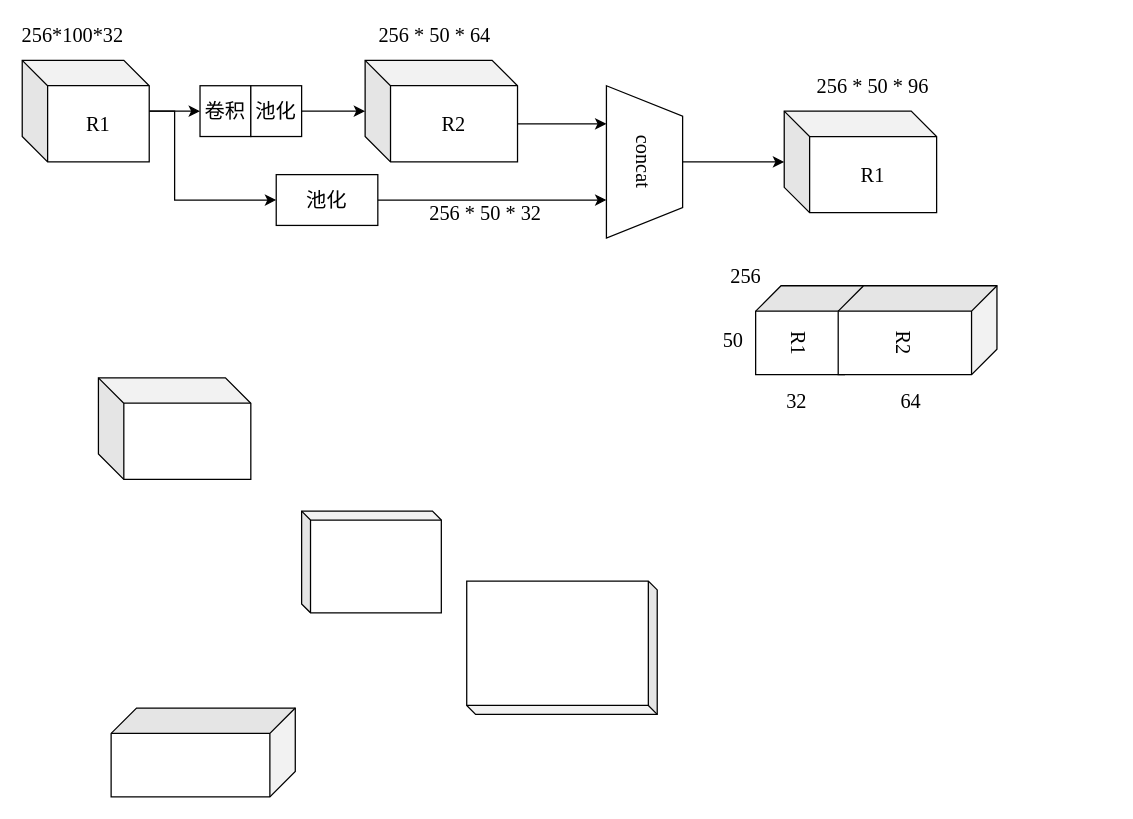
ByronGe/ff keeps this draw.io diagram as 多尺度特征融合.drawio. Above is the earlier version. Source tidied: cells renumbered, new cells numbered last; positions are measured from the earlier drawing's top-left corner, leaving out a move shared by most shapes. Both pictures are drawn from the tidied source at 127%, with x=0, y=0 at pixel (22, 22).
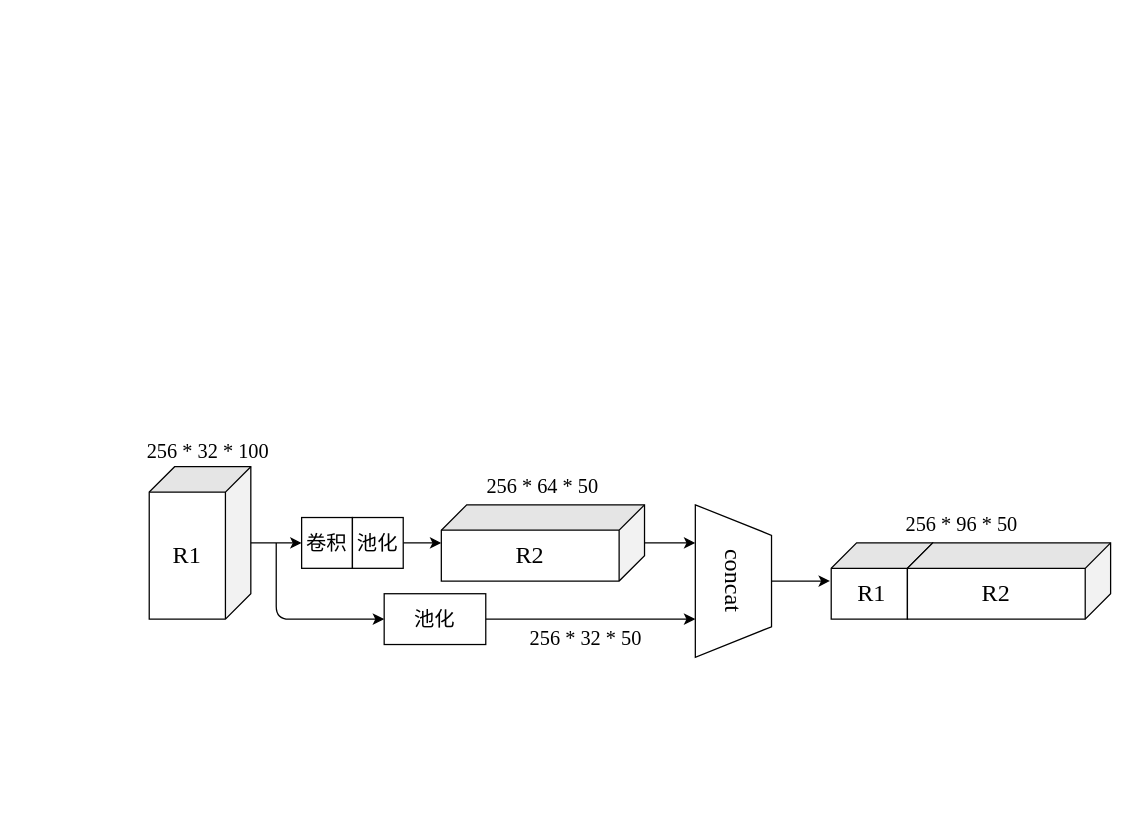
The same diagram, later.

Commit message:
Update 多尺度特征融合.drawio

Change to the diagram source:
```diff
@@
-    <mxCell id="2" style="edgeStyle=orthogonalEdgeStyle;rounded=0;jettySize=auto;html=1;entryX=0;entryY=0.5;entryDx=0;entryDy=0;fontFamily=Times New Roman;fontSize=16;" parent="1" edge="1" source="3" target="9">
-      <mxGeometry relative="1" as="geometry">
-        <Array as="points">
-          <mxPoint x="120" y="70" />
-          <mxPoint x="120" y="140" />
-        </Array>
-      </mxGeometry>
-    </mxCell>
-    <mxCell id="3" value="R1" style="shape=cube;whiteSpace=wrap;html=1;boundedLbl=1;backgroundOutline=1;darkOpacity=0.05;darkOpacity2=0.1;fontFamily=Times New Roman;fontSize=16;" parent="1" vertex="1">
-      <mxGeometry y="30" width="100" height="80" as="geometry" />
-    </mxCell>
-    <mxCell id="4" style="edgeStyle=orthogonalEdgeStyle;rounded=0;jettySize=auto;html=1;entryX=0.25;entryY=1;entryDx=0;entryDy=0;exitX=0;exitY=0;exitDx=120;exitDy=50;exitPerimeter=0;fontFamily=Times New Roman;fontSize=16;" parent="1" edge="1" source="5" target="7">
-      <mxGeometry relative="1" as="geometry" />
-    </mxCell>
-    <mxCell id="5" value="R2" style="shape=cube;whiteSpace=wrap;html=1;boundedLbl=1;backgroundOutline=1;darkOpacity=0.05;darkOpacity2=0.1;fontFamily=Times New Roman;fontSize=16;" parent="1" vertex="1">
-      <mxGeometry x="270" y="30" width="120" height="80" as="geometry" />
-    </mxCell>
-    <mxCell id="6" style="edgeStyle=orthogonalEdgeStyle;rounded=0;jettySize=auto;html=1;fontFamily=Times New Roman;fontSize=16;" parent="1" edge="1" source="7" target="10">
-      <mxGeometry relative="1" as="geometry" />
-    </mxCell>
+    <mxCell id="29" style="shape=cube;whiteSpace=wrap;html=1;boundedLbl=1;backgroundOutline=1;darkOpacity=0.05;darkOpacity2=0.1;rotation=90;fontFamily=Times New Roman;" parent="1" vertex="1">
+      <mxGeometry x="80" y="370" width="120" height="80" as="geometry" />
+    </mxCell>
+    <mxCell id="30" style="edgeStyle=orthogonalEdgeStyle;rounded=0;jettySize=auto;html=1;fontFamily=Times New Roman;" parent="1" edge="1" source="29" target="12">
+      <mxGeometry relative="1" as="geometry" />
+    </mxCell>
+    <mxCell id="31" style="edgeStyle=orthogonalEdgeStyle;rounded=0;jettySize=auto;html=1;entryX=0.25;entryY=1;entryDx=0;entryDy=0;fontFamily=Times New Roman;" parent="1" edge="1" source="32" target="7">
+      <mxGeometry relative="1" as="geometry" />
+    </mxCell>
+    <mxCell id="32" style="shape=cube;whiteSpace=wrap;html=1;boundedLbl=1;backgroundOutline=1;darkOpacity=0.05;darkOpacity2=0.1;rotation=90;fontFamily=Times New Roman;" parent="1" vertex="1">
+      <mxGeometry x="380" y="330" width="60" height="160" as="geometry" />
+    </mxCell>
+    <mxCell id="12" value="卷积" style="rounded=0;whiteSpace=wrap;html=1;fontFamily=Times New Roman;fontSize=16;" parent="1" vertex="1">
+      <mxGeometry x="220" y="390" width="40" height="40" as="geometry" />
+    </mxCell>
+    <mxCell id="33" style="edgeStyle=orthogonalEdgeStyle;rounded=0;jettySize=auto;html=1;fontFamily=Times New Roman;" parent="1" edge="1" source="34" target="32">
+      <mxGeometry relative="1" as="geometry" />
+    </mxCell>
+    <mxCell id="34" value="池化" style="rounded=0;whiteSpace=wrap;html=1;fontFamily=Times New Roman;fontSize=16;" parent="1" vertex="1">
+      <mxGeometry x="260" y="390" width="40" height="40" as="geometry" />
+    </mxCell>
+    <mxCell id="35" style="edgeStyle=orthogonalEdgeStyle;rounded=0;jettySize=auto;html=1;entryX=0.75;entryY=1;entryDx=0;entryDy=0;fontFamily=Times New Roman;" parent="1" edge="1" source="36" target="7">
+      <mxGeometry relative="1" as="geometry" />
+    </mxCell>
+    <mxCell id="36" value="池化" style="rounded=0;whiteSpace=wrap;html=1;fontFamily=Times New Roman;fontSize=16;" parent="1" vertex="1">
+      <mxGeometry x="285" y="450" width="80" height="40" as="geometry" />
+    </mxCell>
-    <mxCell id="7" value="concat" style="shape=trapezoid;perimeter=trapezoidPerimeter;whiteSpace=wrap;html=1;rotation=90;fontFamily=Times New Roman;fontSize=16;" parent="1" vertex="1">
-      <mxGeometry x="430" y="80" width="120" height="60" as="geometry" />
+    <mxCell id="7" value="&lt;font style=&quot;font-size: 19px&quot;&gt;concat&lt;/font&gt;" style="shape=trapezoid;perimeter=trapezoidPerimeter;whiteSpace=wrap;html=1;rotation=90;fontFamily=Times New Roman;fontSize=16;" parent="1" vertex="1">
+      <mxGeometry x="500" y="410" width="120" height="60" as="geometry" />
     </mxCell>
-    <mxCell id="8" style="edgeStyle=orthogonalEdgeStyle;rounded=0;jettySize=auto;html=1;entryX=0.75;entryY=1;entryDx=0;entryDy=0;fontFamily=Times New Roman;fontSize=16;" parent="1" edge="1" source="9" target="7">
-      <mxGeometry relative="1" as="geometry" />
-    </mxCell>
-    <mxCell id="9" value="池化" style="rounded=0;whiteSpace=wrap;html=1;fontFamily=Times New Roman;fontSize=16;" parent="1" vertex="1">
-      <mxGeometry x="200" y="120" width="80" height="40" as="geometry" />
-    </mxCell>
-    <mxCell id="10" value="R1" style="shape=cube;whiteSpace=wrap;html=1;boundedLbl=1;backgroundOutline=1;darkOpacity=0.05;darkOpacity2=0.1;fontFamily=Times New Roman;fontSize=16;" parent="1" vertex="1">
-      <mxGeometry x="600" y="70" width="120" height="80" as="geometry" />
-    </mxCell>
-    <mxCell id="11" style="edgeStyle=orthogonalEdgeStyle;rounded=0;jettySize=auto;html=1;fontFamily=Times New Roman;fontSize=16;" parent="1" edge="1" source="14" target="5">
-      <mxGeometry relative="1" as="geometry" />
-    </mxCell>
-    <mxCell id="12" value="卷积" style="rounded=0;whiteSpace=wrap;html=1;fontFamily=Times New Roman;fontSize=16;" parent="1" vertex="1">
-      <mxGeometry x="140" y="50" width="40" height="40" as="geometry" />
-    </mxCell>
-    <mxCell id="13" style="endArrow=classic;html=1;exitX=1;exitY=0.5;exitDx=0;exitDy=0;exitPerimeter=0;entryX=0;entryY=0.5;entryDx=0;entryDy=0;fontFamily=Times New Roman;fontSize=16;" parent="1" edge="1" source="3" target="12">
-      <mxGeometry relative="1" as="geometry" />
-    </mxCell>
-    <mxCell id="14" value="池化" style="rounded=0;whiteSpace=wrap;html=1;fontFamily=Times New Roman;fontSize=16;" parent="1" vertex="1">
-      <mxGeometry x="180" y="50" width="40" height="40" as="geometry" />
-    </mxCell>
-    <mxCell id="15" value="&lt;font style=&quot;vertical-align: inherit; font-size: 16px;&quot;&gt;&lt;font style=&quot;vertical-align: inherit; font-size: 16px;&quot;&gt;256*100*32&lt;/font&gt;&lt;/font&gt;" style="text;html=1;strokeColor=none;fillColor=none;align=center;verticalAlign=middle;whiteSpace=wrap;rounded=0;fontFamily=Times New Roman;fontSize=16;" parent="1" vertex="1">
-      <mxGeometry x="20" width="40" height="20" as="geometry" />
-    </mxCell>
-    <mxCell id="16" value="&lt;font style=&quot;vertical-align: inherit; font-size: 16px;&quot;&gt;&lt;font style=&quot;vertical-align: inherit; font-size: 16px;&quot;&gt;&lt;font style=&quot;vertical-align: inherit; font-size: 16px;&quot;&gt;&lt;font style=&quot;vertical-align: inherit; font-size: 16px;&quot;&gt;256 * 50 * 64&lt;/font&gt;&lt;/font&gt;&lt;/font&gt;&lt;/font&gt;" style="text;html=1;strokeColor=none;fillColor=none;align=center;verticalAlign=middle;whiteSpace=wrap;rounded=0;fontFamily=Times New Roman;fontSize=16;" parent="1" vertex="1">
-      <mxGeometry x="270" width="110" height="20" as="geometry" />
-    </mxCell>
-    <mxCell id="17" value="&lt;font style=&quot;vertical-align: inherit; font-size: 16px;&quot;&gt;&lt;font style=&quot;vertical-align: inherit; font-size: 16px;&quot;&gt;&lt;font style=&quot;vertical-align: inherit; font-size: 16px;&quot;&gt;&lt;font style=&quot;vertical-align: inherit; font-size: 16px;&quot;&gt;&lt;font style=&quot;vertical-align: inherit; font-size: 16px;&quot;&gt;&lt;font style=&quot;vertical-align: inherit; font-size: 16px;&quot;&gt;&lt;font style=&quot;vertical-align: inherit; font-size: 16px;&quot;&gt;&lt;font style=&quot;vertical-align: inherit; font-size: 16px;&quot;&gt;256 * 50 * 32&lt;br style=&quot;font-size: 16px;&quot;&gt;&lt;/font&gt;&lt;/font&gt;&lt;/font&gt;&lt;/font&gt;&lt;/font&gt;&lt;/font&gt;&lt;/font&gt;&lt;/font&gt;" style="text;html=1;strokeColor=none;fillColor=none;align=center;verticalAlign=middle;whiteSpace=wrap;rounded=0;fontFamily=Times New Roman;fontSize=16;" parent="1" vertex="1">
-      <mxGeometry x="310" y="140" width="110" height="20" as="geometry" />
-    </mxCell>
-    <mxCell id="18" value="&lt;font style=&quot;vertical-align: inherit; font-size: 16px;&quot;&gt;&lt;font style=&quot;vertical-align: inherit; font-size: 16px;&quot;&gt;&lt;font style=&quot;vertical-align: inherit; font-size: 16px;&quot;&gt;&lt;font style=&quot;vertical-align: inherit; font-size: 16px;&quot;&gt;&lt;font style=&quot;vertical-align: inherit; font-size: 16px;&quot;&gt;&lt;font style=&quot;vertical-align: inherit; font-size: 16px;&quot;&gt;&lt;font style=&quot;vertical-align: inherit; font-size: 16px;&quot;&gt;&lt;font style=&quot;vertical-align: inherit; font-size: 16px;&quot;&gt;256 * 50 * 96&lt;/font&gt;&lt;/font&gt;&lt;/font&gt;&lt;/font&gt;&lt;/font&gt;&lt;/font&gt;&lt;/font&gt;&lt;/font&gt;" style="text;html=1;strokeColor=none;fillColor=none;align=center;verticalAlign=middle;whiteSpace=wrap;rounded=0;fontFamily=Times New Roman;fontSize=16;" parent="1" vertex="1">
-      <mxGeometry x="620" y="40" width="100" height="20" as="geometry" />
-    </mxCell>
-    <mxCell id="19" style="shape=cube;whiteSpace=wrap;html=1;boundedLbl=1;backgroundOutline=1;darkOpacity=0.05;darkOpacity2=0.1;fontFamily=Times New Roman;fontSize=16;rotation=90;size=20;" parent="1" vertex="1">
-      <mxGeometry x="107.5" y="502.5" width="70" height="145" as="geometry" />
-    </mxCell>
-    <mxCell id="20" style="shape=cube;whiteSpace=wrap;html=1;boundedLbl=1;backgroundOutline=1;darkOpacity=0.05;darkOpacity2=0.1;fontFamily=Times New Roman;fontSize=16;size=7;" parent="1" vertex="1">
-      <mxGeometry x="220" y="385" width="110" height="80" as="geometry" />
-    </mxCell>
-    <mxCell id="21" style="shape=cube;whiteSpace=wrap;html=1;boundedLbl=1;backgroundOutline=1;darkOpacity=0.05;darkOpacity2=0.1;fontFamily=Times New Roman;fontSize=16;size=7;rotation=-180;" parent="1" vertex="1">
-      <mxGeometry x="350" y="440" width="150" height="105" as="geometry" />
-    </mxCell>
-    <mxCell id="22" style="shape=cube;whiteSpace=wrap;html=1;boundedLbl=1;backgroundOutline=1;darkOpacity=0.05;darkOpacity2=0.1;fontFamily=Times New Roman;fontSize=16;" parent="1" vertex="1">
-      <mxGeometry x="60" y="280" width="120" height="80" as="geometry" />
-    </mxCell>
-    <mxCell id="23" value="R1" style="shape=cube;whiteSpace=wrap;html=1;boundedLbl=1;backgroundOutline=1;darkOpacity=0.05;darkOpacity2=0.1;fontFamily=Times New Roman;fontSize=16;rotation=90;" parent="1" vertex="1">
-      <mxGeometry x="587.5" y="197.5" width="70" height="90" as="geometry" />
-    </mxCell>
-    <mxCell id="24" value="R2" style="shape=cube;whiteSpace=wrap;html=1;boundedLbl=1;backgroundOutline=1;darkOpacity=0.05;darkOpacity2=0.1;fontFamily=Times New Roman;fontSize=16;rotation=90;" parent="1" vertex="1">
-      <mxGeometry x="670" y="180" width="70" height="125" as="geometry" />
-    </mxCell>
-    <mxCell id="25" value="32" style="text;html=1;strokeColor=none;fillColor=none;align=center;verticalAlign=middle;whiteSpace=wrap;rounded=0;fontFamily=Times New Roman;fontSize=16;" parent="1" vertex="1">
-      <mxGeometry x="590" y="287.5" width="40" height="20" as="geometry" />
-    </mxCell>
-    <mxCell id="26" value="64" style="text;html=1;strokeColor=none;fillColor=none;align=center;verticalAlign=middle;whiteSpace=wrap;rounded=0;fontFamily=Times New Roman;fontSize=16;" parent="1" vertex="1">
-      <mxGeometry x="680" y="288" width="40" height="20" as="geometry" />
-    </mxCell>
-    <mxCell id="27" value="50" style="text;html=1;strokeColor=none;fillColor=none;align=center;verticalAlign=middle;whiteSpace=wrap;rounded=0;fontFamily=Times New Roman;fontSize=16;" parent="1" vertex="1">
-      <mxGeometry x="540" y="240" width="40" height="20" as="geometry" />
-    </mxCell>
-    <mxCell id="28" value="256" style="text;html=1;strokeColor=none;fillColor=none;align=center;verticalAlign=middle;whiteSpace=wrap;rounded=0;fontFamily=Times New Roman;fontSize=16;" parent="1" vertex="1">
-      <mxGeometry x="550" y="190" width="40" height="20" as="geometry" />
-    </mxCell>
+    <mxCell id="37" style="endArrow=classic;html=1;entryX=0;entryY=0.5;entryDx=0;entryDy=0;fontFamily=Times New Roman;" parent="1" edge="1" target="36">
+      <mxGeometry relative="1" as="geometry">
+        <mxPoint x="200" y="410" as="sourcePoint" />
+        <Array as="points">
+          <mxPoint x="200" y="470" />
+        </Array>
+      </mxGeometry>
+    </mxCell>
+    <mxCell id="38" style="shape=cube;whiteSpace=wrap;html=1;boundedLbl=1;backgroundOutline=1;darkOpacity=0.05;darkOpacity2=0.1;rotation=90;fontFamily=Times New Roman;" parent="1" vertex="1">
+      <mxGeometry x="647" y="400" width="60" height="80" as="geometry" />
+    </mxCell>
+    <mxCell id="39" style="shape=cube;whiteSpace=wrap;html=1;boundedLbl=1;backgroundOutline=1;darkOpacity=0.05;darkOpacity2=0.1;rotation=90;fontFamily=Times New Roman;" parent="1" vertex="1">
+      <mxGeometry x="747" y="360" width="60" height="160" as="geometry" />
+    </mxCell>
+    <mxCell id="40" style="endArrow=classic;html=1;exitX=0.5;exitY=0;exitDx=0;exitDy=0;fontFamily=Times New Roman;" parent="1" edge="1" source="7">
+      <mxGeometry relative="1" as="geometry">
+        <mxPoint x="636" y="440" as="targetPoint" />
+      </mxGeometry>
+    </mxCell>
+    <mxCell id="41" value="&lt;font style=&quot;vertical-align: inherit ; font-size: 16px&quot;&gt;&lt;font style=&quot;vertical-align: inherit ; font-size: 16px&quot;&gt;256 * 32 * 100&lt;/font&gt;&lt;/font&gt;" style="text;html=1;strokeColor=none;fillColor=none;align=center;verticalAlign=middle;whiteSpace=wrap;rounded=0;fontFamily=Times New Roman;fontSize=16;" parent="1" vertex="1">
+      <mxGeometry x="93" y="328" width="107" height="20" as="geometry" />
+    </mxCell>
+    <mxCell id="42" value="&lt;font style=&quot;vertical-align: inherit ; font-size: 16px&quot;&gt;&lt;font style=&quot;vertical-align: inherit ; font-size: 16px&quot;&gt;&lt;font style=&quot;vertical-align: inherit ; font-size: 16px&quot;&gt;&lt;font style=&quot;vertical-align: inherit ; font-size: 16px&quot;&gt;256 * 64 * 50&lt;/font&gt;&lt;/font&gt;&lt;/font&gt;&lt;/font&gt;" style="text;html=1;strokeColor=none;fillColor=none;align=center;verticalAlign=middle;whiteSpace=wrap;rounded=0;fontFamily=Times New Roman;fontSize=16;" parent="1" vertex="1">
+      <mxGeometry x="355" y="355" width="110" height="20" as="geometry" />
+    </mxCell>
+    <mxCell id="43" value="&lt;font style=&quot;vertical-align: inherit ; font-size: 16px&quot;&gt;&lt;font style=&quot;vertical-align: inherit ; font-size: 16px&quot;&gt;&lt;font style=&quot;vertical-align: inherit ; font-size: 16px&quot;&gt;&lt;font style=&quot;vertical-align: inherit ; font-size: 16px&quot;&gt;&lt;font style=&quot;vertical-align: inherit ; font-size: 16px&quot;&gt;&lt;font style=&quot;vertical-align: inherit ; font-size: 16px&quot;&gt;&lt;font style=&quot;vertical-align: inherit ; font-size: 16px&quot;&gt;&lt;font style=&quot;vertical-align: inherit ; font-size: 16px&quot;&gt;256 * 32 * 50&lt;br style=&quot;font-size: 16px&quot;&gt;&lt;/font&gt;&lt;/font&gt;&lt;/font&gt;&lt;/font&gt;&lt;/font&gt;&lt;/font&gt;&lt;/font&gt;&lt;/font&gt;" style="text;html=1;strokeColor=none;fillColor=none;align=center;verticalAlign=middle;whiteSpace=wrap;rounded=0;fontFamily=Times New Roman;fontSize=16;" parent="1" vertex="1">
+      <mxGeometry x="389" y="475" width="110" height="20" as="geometry" />
+    </mxCell>
+    <mxCell id="44" value="&lt;font style=&quot;vertical-align: inherit ; font-size: 16px&quot;&gt;&lt;font style=&quot;vertical-align: inherit ; font-size: 16px&quot;&gt;&lt;font style=&quot;vertical-align: inherit ; font-size: 16px&quot;&gt;&lt;font style=&quot;vertical-align: inherit ; font-size: 16px&quot;&gt;&lt;font style=&quot;vertical-align: inherit ; font-size: 16px&quot;&gt;&lt;font style=&quot;vertical-align: inherit ; font-size: 16px&quot;&gt;&lt;font style=&quot;vertical-align: inherit ; font-size: 16px&quot;&gt;&lt;font style=&quot;vertical-align: inherit ; font-size: 16px&quot;&gt;256 * 96 * 50&lt;/font&gt;&lt;/font&gt;&lt;/font&gt;&lt;/font&gt;&lt;/font&gt;&lt;/font&gt;&lt;/font&gt;&lt;/font&gt;" style="text;html=1;strokeColor=none;fillColor=none;align=center;verticalAlign=middle;whiteSpace=wrap;rounded=0;fontFamily=Times New Roman;fontSize=16;" parent="1" vertex="1">
+      <mxGeometry x="690" y="385" width="100" height="20" as="geometry" />
+    </mxCell>
+    <mxCell id="45" value="&lt;font style=&quot;font-size: 19px&quot;&gt;R1&lt;/font&gt;" style="text;html=1;strokeColor=none;fillColor=none;align=center;verticalAlign=middle;whiteSpace=wrap;rounded=0;fontFamily=Times New Roman;" parent="1" vertex="1">
+      <mxGeometry x="110" y="410" width="40" height="20" as="geometry" />
+    </mxCell>
+    <mxCell id="46" value="R2" style="text;html=1;strokeColor=none;fillColor=none;align=center;verticalAlign=middle;whiteSpace=wrap;rounded=0;fontFamily=Times New Roman;fontSize=19;" parent="1" vertex="1">
+      <mxGeometry x="380" y="410" width="40" height="20" as="geometry" />
+    </mxCell>
+    <mxCell id="47" value="&lt;font style=&quot;font-size: 19px&quot;&gt;R1&lt;/font&gt;" style="text;html=1;strokeColor=none;fillColor=none;align=center;verticalAlign=middle;whiteSpace=wrap;rounded=0;fontFamily=Times New Roman;" parent="1" vertex="1">
+      <mxGeometry x="649" y="440" width="40" height="20" as="geometry" />
+    </mxCell>
+    <mxCell id="48" value="&lt;font style=&quot;font-size: 19px&quot;&gt;R2&lt;/font&gt;" style="text;html=1;strokeColor=none;fillColor=none;align=center;verticalAlign=middle;whiteSpace=wrap;rounded=0;fontFamily=Times New Roman;" parent="1" vertex="1">
+      <mxGeometry x="747" y="440" width="40" height="20" as="geometry" />
+    </mxCell>
```
